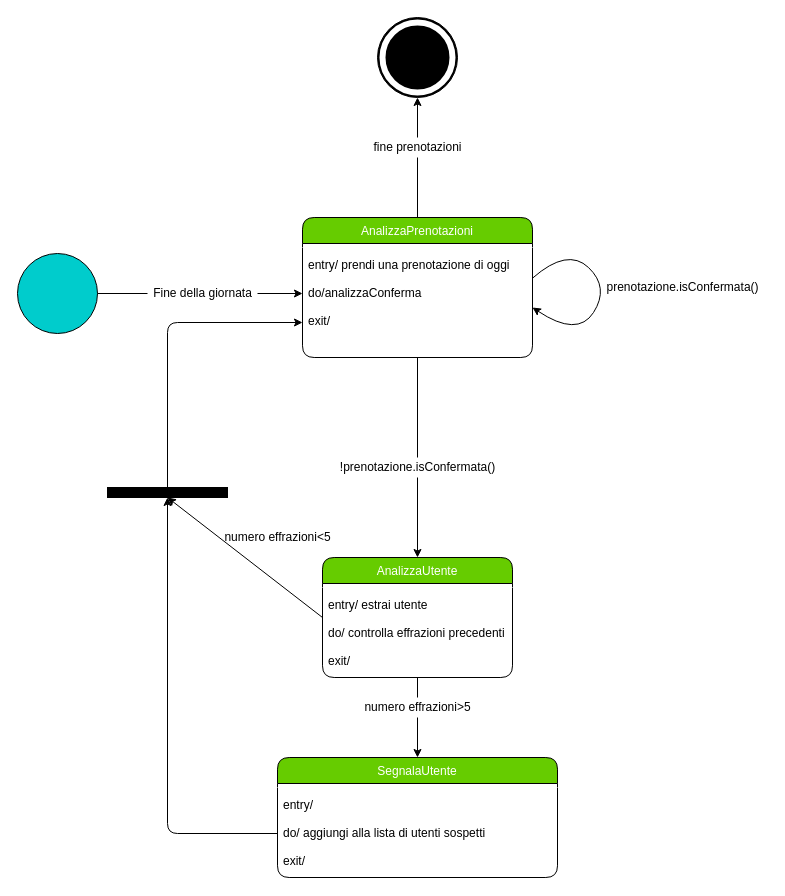
This is drawio/Architettura Logica/Comportamento.drawio from lnwor/farmabyte-doc, a draw.io file, before an edit. Source tidied: cells renumbered, new cells numbered last; positions are measured from the earlier drawing's top-left corner, leaving out a move shared by most shapes. Both pictures are drawn from the tidied source at 100%, with x=0, y=0 at pixel (17, 17).
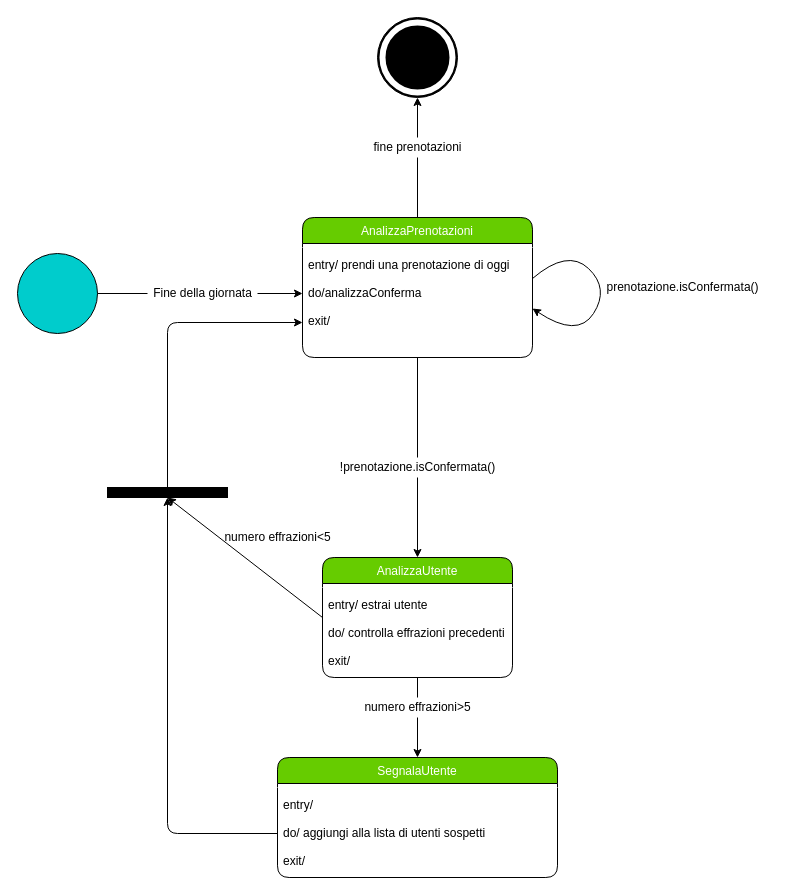
The same diagram, later.

The change refers to these unchanged cells:
```xml
<mxCell id="7" value="do/analizzaConferma" style="text;align=left;verticalAlign=top;spacingLeft=4;spacingRight=4;overflow=hidden;points=[[0,0.5],[1,0.5]];portConstraint=eastwest;" parent="4" vertex="1">
  <mxGeometry y="62" width="230" height="28" as="geometry" />
</mxCell>
```

What changed in the source:
```diff
@@
-    <mxCell id="25" style="curved=1;endArrow=classic;html=1;exitX=1.001;exitY=-0.054;exitDx=0;exitDy=0;exitPerimeter=0;" parent="1" edge="1" source="7">
+    <mxCell id="25" style="curved=1;endArrow=classic;html=1;" parent="1" edge="1">
       <mxGeometry relative="1" as="geometry">
-        <mxPoint x="515" y="290" as="targetPoint" />
+        <mxPoint x="515" y="261" as="sourcePoint" />
+        <mxPoint x="515" y="291" as="targetPoint" />
         <Array as="points">
-          <mxPoint x="550" y="230" />
-          <mxPoint x="592" y="270" />
-          <mxPoint x="560" y="320" />
+          <mxPoint x="550" y="231" />
+          <mxPoint x="592" y="271" />
+          <mxPoint x="560" y="321" />
         </Array>
       </mxGeometry>
     </mxCell>
```
